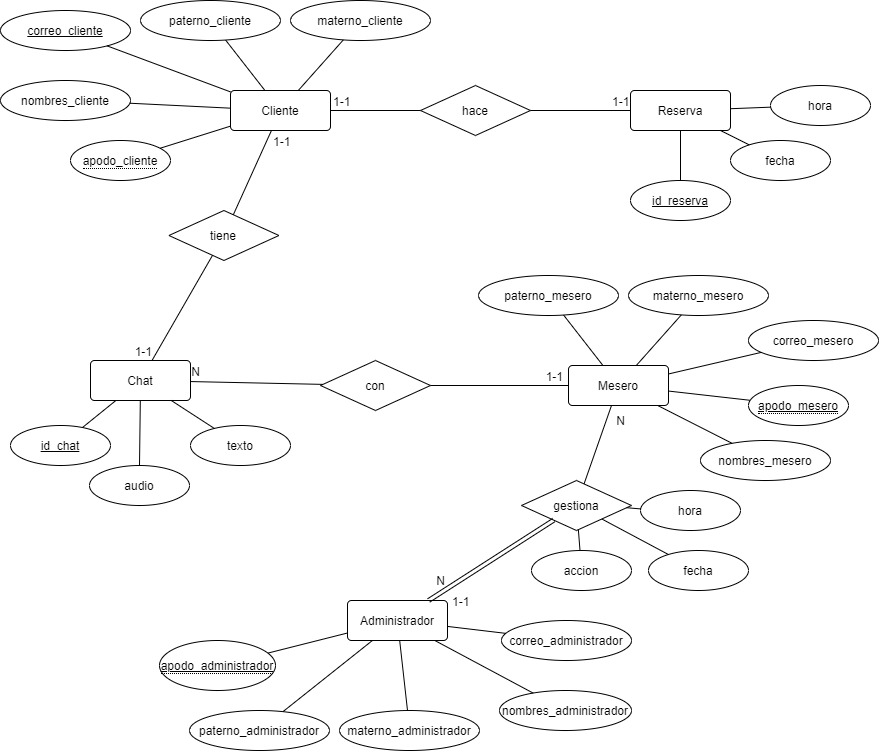
Before: modelos_BD/Modelo_Entidad-Relacion.png, a diagram exported from draw.io (arroyopablo/SaborSazzon). Source tidied: cells renumbered, new cells last; positions are measured from the earlier drawing's top-left corner, leaving out a move shared by most shapes.
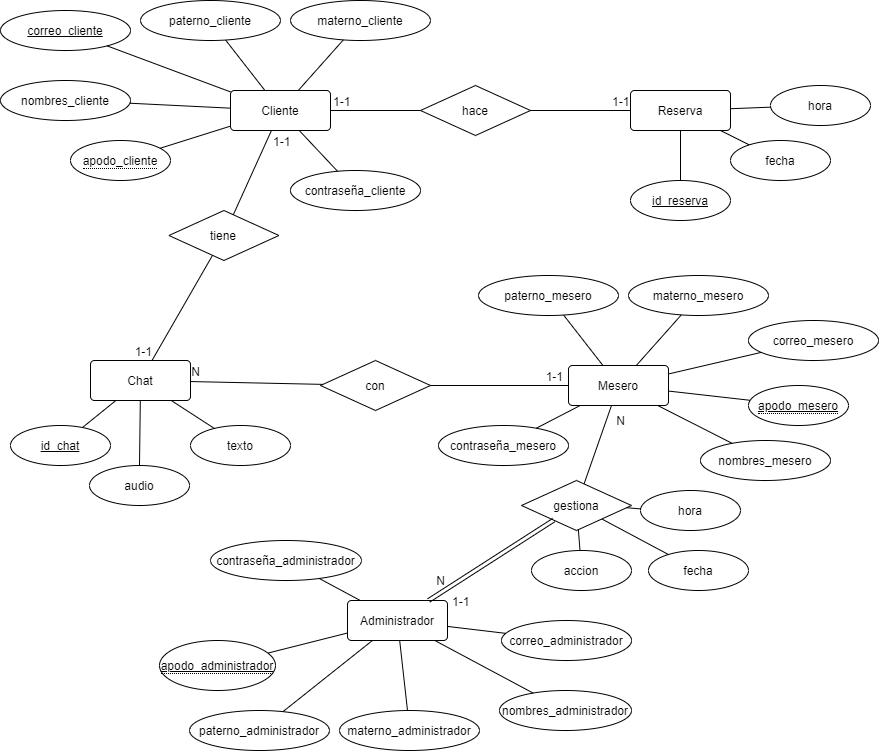
After the change.

Commit message:
correcion a modelos de base de datos

Change to the diagram source:
```diff
@@ -236,5 +236,23 @@
     <mxCell id="75" style="endArrow=none;html=1;" parent="1" edge="1" source="74" target="64">
       <mxGeometry relative="1" as="geometry" />
     </mxCell>
+    <mxCell id="76" value="contraseña_cliente" style="ellipse;whiteSpace=wrap;html=1;" parent="1" vertex="1">
+      <mxGeometry x="290" y="170" width="130" height="40" as="geometry" />
+    </mxCell>
+    <mxCell id="77" style="endArrow=none;html=1;" parent="1" edge="1" source="76" target="11">
+      <mxGeometry relative="1" as="geometry" />
+    </mxCell>
+    <mxCell id="78" value="contraseña_mesero" style="ellipse;whiteSpace=wrap;html=1;" parent="1" vertex="1">
+      <mxGeometry x="438" y="425" width="130" height="40" as="geometry" />
+    </mxCell>
+    <mxCell id="79" value="contraseña_administrador" style="ellipse;whiteSpace=wrap;html=1;" parent="1" vertex="1">
+      <mxGeometry x="210" y="540" width="151" height="40" as="geometry" />
+    </mxCell>
+    <mxCell id="80" style="endArrow=none;html=1;" parent="1" edge="1" source="62" target="79">
+      <mxGeometry relative="1" as="geometry" />
+    </mxCell>
+    <mxCell id="81" style="endArrow=none;html=1;" parent="1" edge="1" source="78" target="47">
+      <mxGeometry relative="1" as="geometry" />
+    </mxCell>
   </root>
 </mxGraphModel>
```
